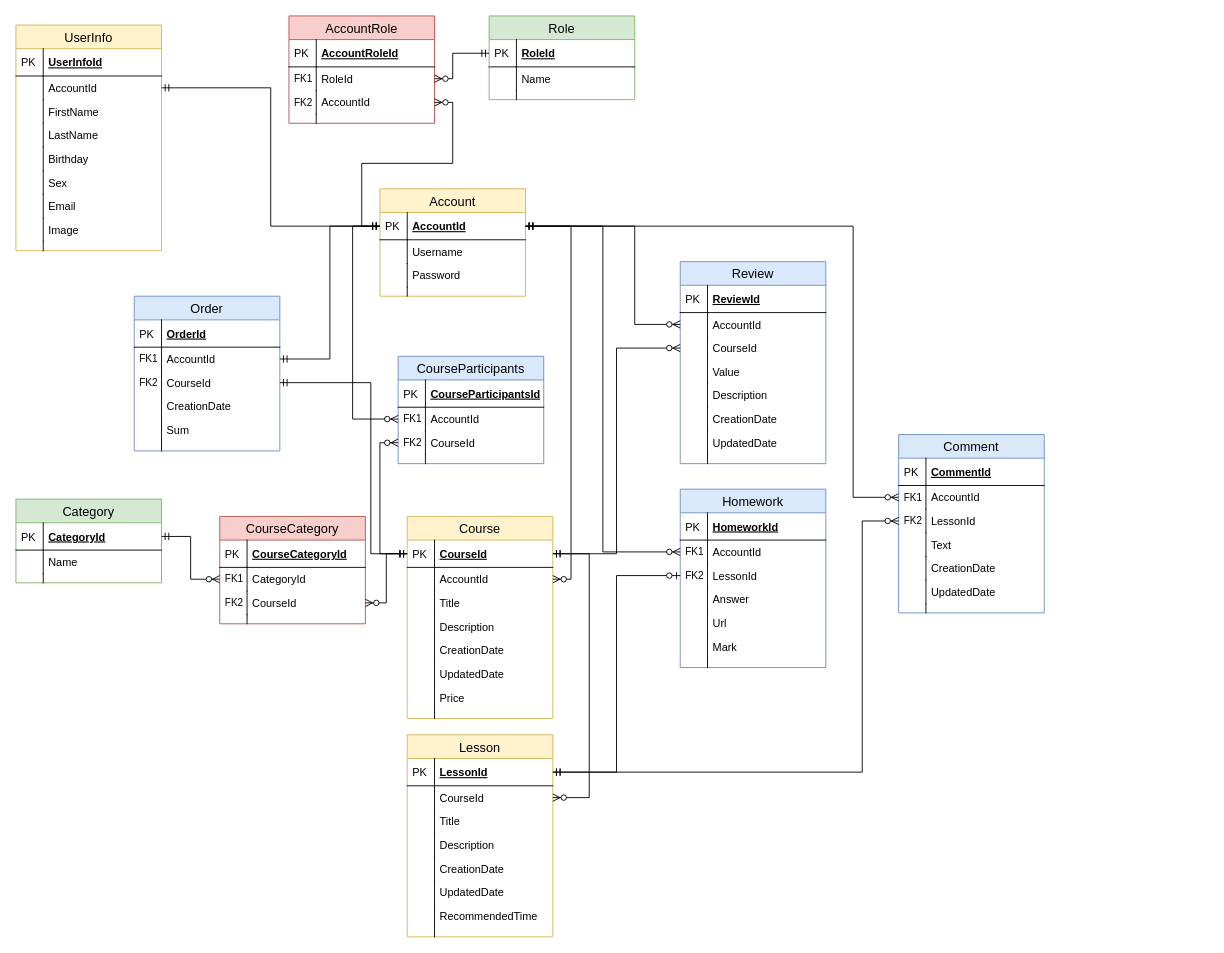
This is EduApp/EduApp.Data/DbScheme/database.drawio from EvgeniyVashinko/EduApp, a draw.io file, before an edit. Source tidied: cells renumbered, new cells numbered last; positions are measured from the earlier drawing's top-left corner, leaving out a move shared by most shapes. Both pictures are drawn from the tidied source at 91%, with x=0, y=0 at pixel (15, 15).
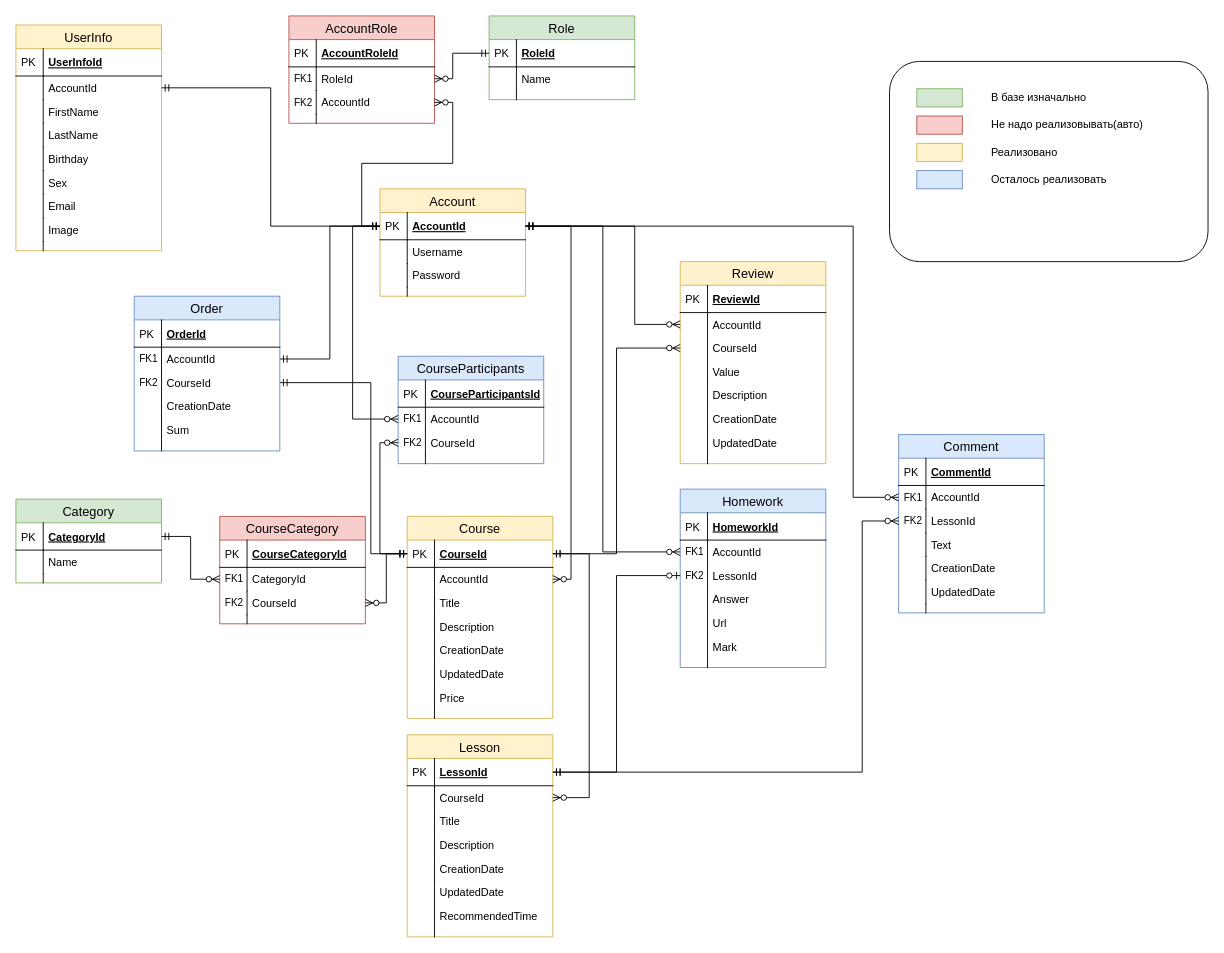
The same diagram, later.

What changed in the source:
```diff
@@
-    <mxCell id="93" value="Review" style="swimlane;fontStyle=0;horizontal=1;startSize=26;fillColor=#dae8fc;swimlaneFillColor=#ffffff;align=center;fontSize=14;strokeColor=#6c8ebf;" parent="1" vertex="1">
+    <mxCell id="93" value="Review" style="swimlane;fontStyle=0;horizontal=1;startSize=26;fillColor=#fff2cc;swimlaneFillColor=#ffffff;align=center;fontSize=14;strokeColor=#d6b656;" parent="1" vertex="1">
       <mxGeometry x="730" y="270" width="160" height="222" as="geometry" />
     </mxCell>
@@
+    <mxCell id="182" style="rounded=1;whiteSpace=wrap;html=1;" parent="1" vertex="1">
+      <mxGeometry x="960" y="50" width="350" height="220" as="geometry" />
+    </mxCell>
+    <mxCell id="183" style="rounded=0;whiteSpace=wrap;html=1;fillColor=#d5e8d4;strokeColor=#82b366;" parent="1" vertex="1">
+      <mxGeometry x="990" y="80" width="50" height="20" as="geometry" />
+    </mxCell>
+    <mxCell id="184" style="rounded=0;whiteSpace=wrap;html=1;fillColor=#f8cecc;strokeColor=#b85450;" parent="1" vertex="1">
+      <mxGeometry x="990" y="110" width="50" height="20" as="geometry" />
+    </mxCell>
+    <mxCell id="185" style="rounded=0;whiteSpace=wrap;html=1;fillColor=#fff2cc;strokeColor=#d6b656;" parent="1" vertex="1">
+      <mxGeometry x="990" y="140" width="50" height="20" as="geometry" />
+    </mxCell>
+    <mxCell id="186" style="rounded=0;whiteSpace=wrap;html=1;fillColor=#dae8fc;strokeColor=#6c8ebf;" parent="1" vertex="1">
+      <mxGeometry x="990" y="170" width="50" height="20" as="geometry" />
+    </mxCell>
+    <mxCell id="187" value="В базе изначально" style="text;html=1;strokeColor=none;fillColor=none;align=left;verticalAlign=middle;whiteSpace=wrap;rounded=0;" parent="1" vertex="1">
+      <mxGeometry x="1070" y="80" width="210" height="20" as="geometry" />
+    </mxCell>
+    <mxCell id="188" value="Не надо реализовывать(авто)" style="text;html=1;strokeColor=none;fillColor=none;align=left;verticalAlign=middle;whiteSpace=wrap;rounded=0;" parent="1" vertex="1">
+      <mxGeometry x="1070" y="110" width="210" height="20" as="geometry" />
+    </mxCell>
+    <mxCell id="189" value="Реализовано" style="text;html=1;strokeColor=none;fillColor=none;align=left;verticalAlign=middle;whiteSpace=wrap;rounded=0;" parent="1" vertex="1">
+      <mxGeometry x="1070" y="140" width="210" height="20" as="geometry" />
+    </mxCell>
+    <mxCell id="190" value="Осталось реализовать" style="text;html=1;strokeColor=none;fillColor=none;align=left;verticalAlign=middle;whiteSpace=wrap;rounded=0;" parent="1" vertex="1">
+      <mxGeometry x="1070" y="170" width="210" height="20" as="geometry" />
+    </mxCell>
```
